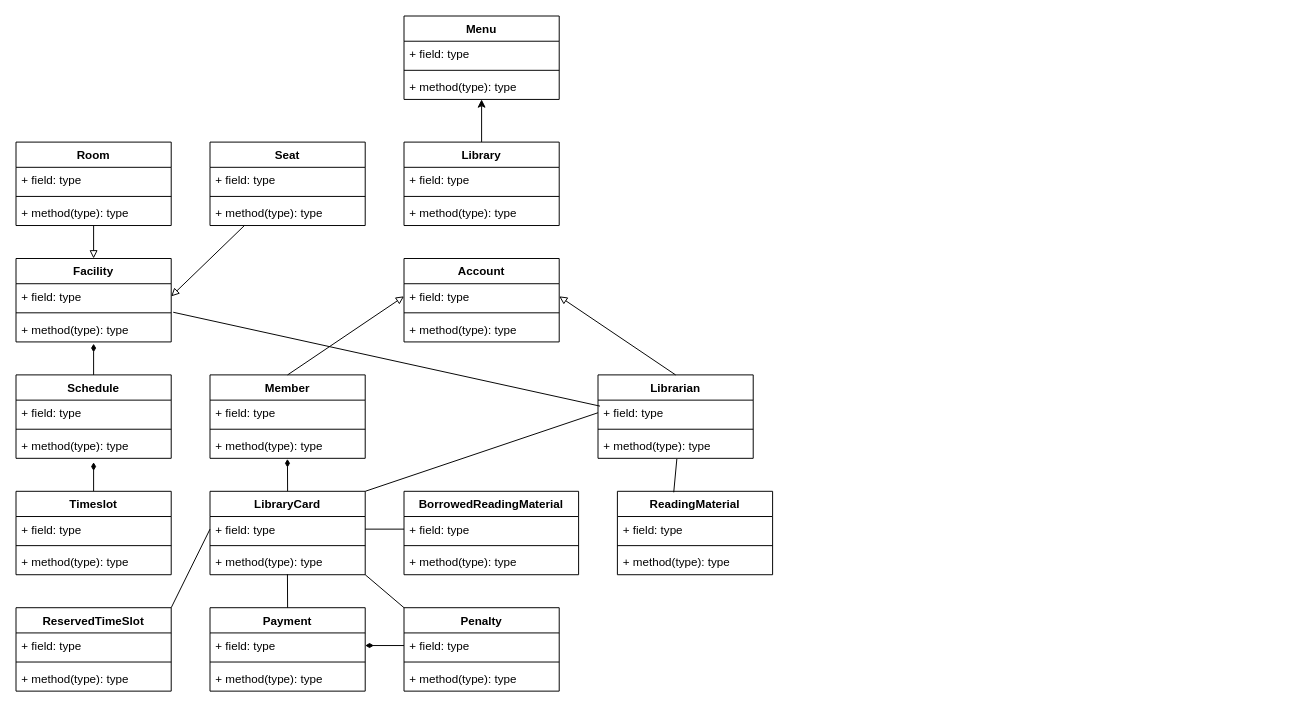
Before: Class Diagram - Library System.drawio in FenrirChiew/HoloLib, a draw.io diagram. Source tidied: cells renumbered, new cells numbered last; positions are measured from the earlier drawing's top-left corner, leaving out a move shared by most shapes. Both pictures are drawn from the tidied source at 97%, with x=0, y=0 at pixel (16, 16).
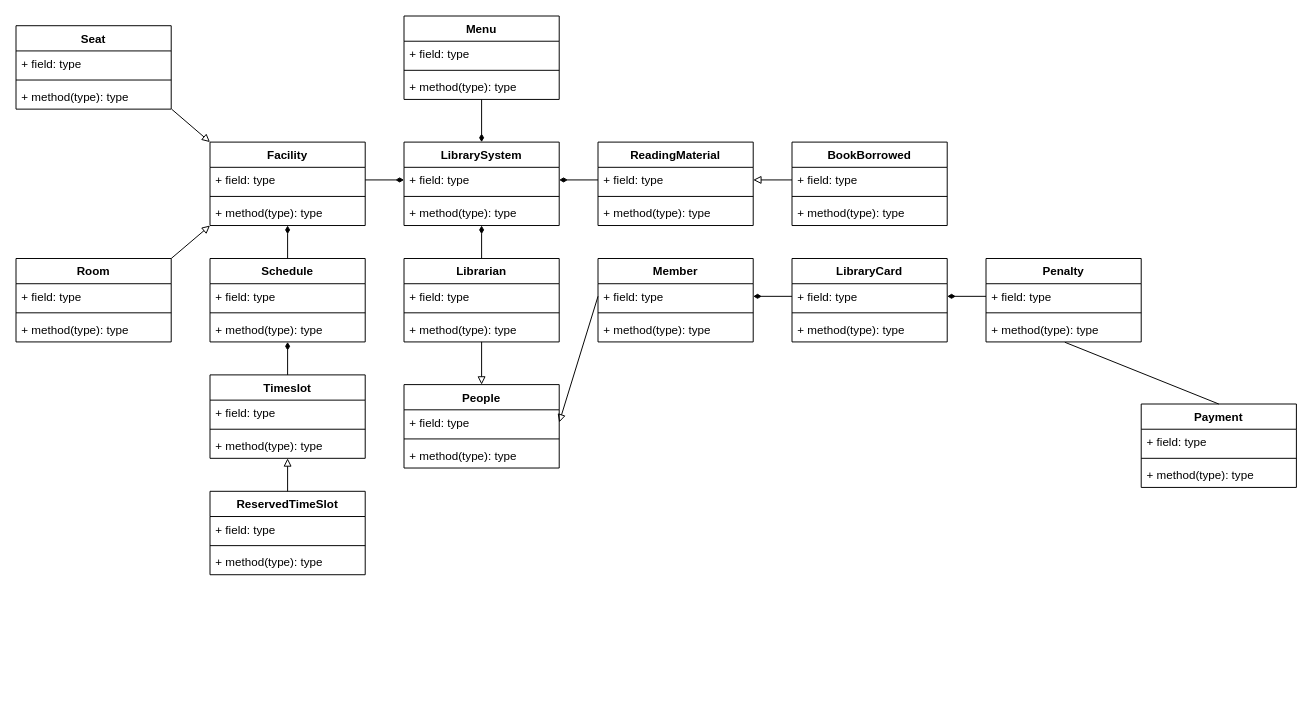
Above is the later version.

Commit message:
Updated Class Diagram (Incompleted)

The change refers to these unchanged cells:
```xml
<mxCell id="11" value="+ method(type): type" style="text;strokeColor=none;fillColor=none;align=left;verticalAlign=top;spacingLeft=4;spacingRight=4;overflow=hidden;points=[[0,0.5],[1,0.5]];portConstraint=eastwest;" parent="8" vertex="1">
  <mxGeometry y="60" width="160" height="26" as="geometry" />
</mxCell>
<mxCell id="13" value="+ field: type" style="text;strokeColor=none;fillColor=none;align=left;verticalAlign=top;spacingLeft=4;spacingRight=4;overflow=hidden;points=[[0,0.5],[1,0.5]];portConstraint=eastwest;" parent="12" vertex="1">
  <mxGeometry y="26" width="160" height="26" as="geometry" />
</mxCell>
<mxCell id="15" value="+ method(type): type" style="text;strokeColor=none;fillColor=none;align=left;verticalAlign=top;spacingLeft=4;spacingRight=4;overflow=hidden;points=[[0,0.5],[1,0.5]];portConstraint=eastwest;" parent="12" vertex="1">
  <mxGeometry y="60" width="160" height="26" as="geometry" />
</mxCell>
<mxCell id="18" value="+ field: type" style="text;strokeColor=none;fillColor=none;align=left;verticalAlign=top;spacingLeft=4;spacingRight=4;overflow=hidden;points=[[0,0.5],[1,0.5]];portConstraint=eastwest;" parent="17" vertex="1">
  <mxGeometry y="26" width="160" height="26" as="geometry" />
</mxCell>
<mxCell id="22" value="+ field: type" style="text;strokeColor=none;fillColor=none;align=left;verticalAlign=top;spacingLeft=4;spacingRight=4;overflow=hidden;points=[[0,0.5],[1,0.5]];portConstraint=eastwest;" parent="21" vertex="1">
  <mxGeometry y="26" width="160" height="26" as="geometry" />
</mxCell>
<mxCell id="26" value="+ field: type" style="text;strokeColor=none;fillColor=none;align=left;verticalAlign=top;spacingLeft=4;spacingRight=4;overflow=hidden;points=[[0,0.5],[1,0.5]];portConstraint=eastwest;" parent="25" vertex="1">
  <mxGeometry y="26" width="160" height="26" as="geometry" />
</mxCell>
<mxCell id="28" value="+ method(type): type" style="text;strokeColor=none;fillColor=none;align=left;verticalAlign=top;spacingLeft=4;spacingRight=4;overflow=hidden;points=[[0,0.5],[1,0.5]];portConstraint=eastwest;" parent="25" vertex="1">
  <mxGeometry y="60" width="160" height="26" as="geometry" />
</mxCell>
<mxCell id="30" value="+ field: type" style="text;strokeColor=none;fillColor=none;align=left;verticalAlign=top;spacingLeft=4;spacingRight=4;overflow=hidden;points=[[0,0.5],[1,0.5]];portConstraint=eastwest;" parent="29" vertex="1">
  <mxGeometry y="26" width="160" height="26" as="geometry" />
</mxCell>
<mxCell id="32" value="+ method(type): type" style="text;strokeColor=none;fillColor=none;align=left;verticalAlign=top;spacingLeft=4;spacingRight=4;overflow=hidden;points=[[0,0.5],[1,0.5]];portConstraint=eastwest;" parent="29" vertex="1">
  <mxGeometry y="60" width="160" height="26" as="geometry" />
</mxCell>
<mxCell id="35" value="+ field: type" style="text;strokeColor=none;fillColor=none;align=left;verticalAlign=top;spacingLeft=4;spacingRight=4;overflow=hidden;points=[[0,0.5],[1,0.5]];portConstraint=eastwest;" parent="34" vertex="1">
  <mxGeometry y="26" width="160" height="26" as="geometry" />
</mxCell>
<mxCell id="37" value="+ method(type): type" style="text;strokeColor=none;fillColor=none;align=left;verticalAlign=top;spacingLeft=4;spacingRight=4;overflow=hidden;points=[[0,0.5],[1,0.5]];portConstraint=eastwest;" parent="34" vertex="1">
  <mxGeometry y="60" width="160" height="26" as="geometry" />
</mxCell>
<mxCell id="49" value="+ field: type" style="text;strokeColor=none;fillColor=none;align=left;verticalAlign=top;spacingLeft=4;spacingRight=4;overflow=hidden;points=[[0,0.5],[1,0.5]];portConstraint=eastwest;" parent="48" vertex="1">
  <mxGeometry y="26" width="160" height="26" as="geometry" />
</mxCell>
<mxCell id="53" value="+ field: type" style="text;strokeColor=none;fillColor=none;align=left;verticalAlign=top;spacingLeft=4;spacingRight=4;overflow=hidden;points=[[0,0.5],[1,0.5]];portConstraint=eastwest;" parent="52" vertex="1">
  <mxGeometry y="26" width="160" height="26" as="geometry" />
</mxCell>
<mxCell id="57" value="+ field: type" style="text;strokeColor=none;fillColor=none;align=left;verticalAlign=top;spacingLeft=4;spacingRight=4;overflow=hidden;points=[[0,0.5],[1,0.5]];portConstraint=eastwest;" parent="56" vertex="1">
  <mxGeometry y="26" width="160" height="26" as="geometry" />
</mxCell>
<mxCell id="59" value="+ method(type): type" style="text;strokeColor=none;fillColor=none;align=left;verticalAlign=top;spacingLeft=4;spacingRight=4;overflow=hidden;points=[[0,0.5],[1,0.5]];portConstraint=eastwest;" parent="56" vertex="1">
  <mxGeometry y="60" width="160" height="26" as="geometry" />
</mxCell>
<mxCell id="64" value="Menu" style="swimlane;fontStyle=1;align=center;verticalAlign=top;horizontal=1;startSize=26;" parent="1" vertex="1">
  <mxGeometry x="400" width="160" height="86" as="geometry" />
</mxCell>
```

What changed in the source:
```diff
@@
-    <mxCell id="2" style="edgeStyle=none;rounded=0;jettySize=auto;html=1;entryX=0.5;entryY=0;entryDx=0;entryDy=0;endArrow=block;endFill=0;" parent="1" edge="1" source="3" target="12">
+    <mxCell id="2" style="edgeStyle=none;rounded=0;jettySize=auto;html=1;endArrow=block;endFill=0;exitX=1;exitY=0;exitDx=0;exitDy=0;entryX=0;entryY=1;entryDx=0;entryDy=0;" parent="1" edge="1" source="3" target="12">
       <mxGeometry relative="1" as="geometry" />
     </mxCell>
     <mxCell id="3" value="Room" style="swimlane;fontStyle=1;align=center;verticalAlign=top;horizontal=1;startSize=26;" parent="1" vertex="1">
-      <mxGeometry y="130" width="160" height="86" as="geometry" />
+      <mxGeometry y="250" width="160" height="86" as="geometry" />
     </mxCell>
@@
-    <mxCell id="7" style="edgeStyle=none;rounded=0;jettySize=auto;html=1;entryX=1;entryY=0.5;entryDx=0;entryDy=0;endArrow=block;endFill=0;" parent="1" edge="1" source="8" target="13">
+    <mxCell id="7" style="edgeStyle=none;rounded=0;jettySize=auto;html=1;entryX=0;entryY=0;entryDx=0;entryDy=0;endArrow=block;endFill=0;exitX=1.003;exitY=1.003;exitDx=0;exitDy=0;exitPerimeter=0;" parent="1" edge="1" source="11" target="12">
       <mxGeometry relative="1" as="geometry" />
     </mxCell>
     <mxCell id="8" value="Seat" style="swimlane;fontStyle=1;align=center;verticalAlign=top;horizontal=1;startSize=26;" parent="1" vertex="1">
-      <mxGeometry x="200" y="130" width="160" height="86" as="geometry" />
+      <mxGeometry y="10" width="160" height="86" as="geometry" />
     </mxCell>
@@
     <mxCell id="12" value="Facility" style="swimlane;fontStyle=1;align=center;verticalAlign=top;horizontal=1;startSize=26;" parent="1" vertex="1">
-      <mxGeometry y="250" width="160" height="86" as="geometry" />
+      <mxGeometry x="200" y="130" width="160" height="86" as="geometry" />
     </mxCell>
@@
-    <mxCell id="16" style="rounded=0;jettySize=auto;html=1;exitX=0.5;exitY=0;exitDx=0;exitDy=0;entryX=0.5;entryY=1;entryDx=0;entryDy=0;" parent="1" edge="1" source="17" target="64">
+    <mxCell id="16" style="rounded=0;jettySize=auto;html=1;exitX=0.5;exitY=0;exitDx=0;exitDy=0;entryX=0.5;entryY=1;entryDx=0;entryDy=0;endArrow=none;endFill=0;startArrow=diamondThin;startFill=1;" parent="1" edge="1" source="17" target="64">
       <mxGeometry relative="1" as="geometry" />
     </mxCell>
-    <mxCell id="17" value="Library" style="swimlane;fontStyle=1;align=center;verticalAlign=top;horizontal=1;startSize=26;" parent="1" vertex="1">
+    <mxCell id="17" value="LibrarySystem" style="swimlane;fontStyle=1;align=center;verticalAlign=top;horizontal=1;startSize=26;" parent="1" vertex="1">
       <mxGeometry x="400" y="130" width="160" height="86" as="geometry" />
     </mxCell>
@@
+    <mxCell id="82" style="edgeStyle=none;rounded=0;jettySize=auto;html=1;startArrow=none;startFill=0;endArrow=diamondThin;endFill=1;exitX=0.5;exitY=0;exitDx=0;exitDy=0;entryX=0.5;entryY=1;entryDx=0;entryDy=0;" parent="1" edge="1" source="25" target="17">
+      <mxGeometry relative="1" as="geometry" />
+    </mxCell>
-    <mxCell id="21" value="Account" style="swimlane;fontStyle=1;align=center;verticalAlign=top;horizontal=1;startSize=26;" parent="1" vertex="1">
-      <mxGeometry x="400" y="250" width="160" height="86" as="geometry" />
+    <mxCell id="21" value="People" style="swimlane;fontStyle=1;align=center;verticalAlign=top;horizontal=1;startSize=26;" parent="1" vertex="1">
+      <mxGeometry x="400" y="380" width="160" height="86" as="geometry" />
     </mxCell>
@@
     <mxCell id="25" value="Librarian" style="swimlane;fontStyle=1;align=center;verticalAlign=top;horizontal=1;startSize=26;" parent="1" vertex="1">
-      <mxGeometry x="600" y="370" width="160" height="86" as="geometry" />
+      <mxGeometry x="400" y="250" width="160" height="86" as="geometry" />
     </mxCell>
@@
     <mxCell id="29" value="Member" style="swimlane;fontStyle=1;align=center;verticalAlign=top;horizontal=1;startSize=26;" parent="1" vertex="1">
-      <mxGeometry x="200" y="370" width="160" height="86" as="geometry" />
+      <mxGeometry x="600" y="250" width="160" height="86" as="geometry" />
     </mxCell>
@@
-    <mxCell id="33" style="edgeStyle=orthogonalEdgeStyle;rounded=0;jettySize=auto;html=1;exitX=0.5;exitY=0;exitDx=0;exitDy=0;endArrow=diamondThin;endFill=1;entryX=0.499;entryY=1.024;entryDx=0;entryDy=0;entryPerimeter=0;" parent="1" edge="1" source="34" target="32">
+    <mxCell id="33" style="rounded=0;jettySize=auto;html=1;exitX=0;exitY=0.5;exitDx=0;exitDy=0;endArrow=diamondThin;endFill=1;entryX=1;entryY=0.5;entryDx=0;entryDy=0;" parent="1" edge="1" source="35" target="30">
       <mxGeometry relative="1" as="geometry" />
     </mxCell>
     <mxCell id="34" value="LibraryCard" style="swimlane;fontStyle=1;align=center;verticalAlign=top;horizontal=1;startSize=26;" parent="1" vertex="1">
-      <mxGeometry x="200" y="490" width="160" height="86" as="geometry" />
+      <mxGeometry x="800" y="250" width="160" height="86" as="geometry" />
     </mxCell>
@@
-    <mxCell id="38" style="edgeStyle=none;rounded=0;jettySize=auto;html=1;exitX=0.5;exitY=0;exitDx=0;exitDy=0;entryX=0.5;entryY=1.071;entryDx=0;entryDy=0;entryPerimeter=0;endArrow=diamondThin;endFill=1;" parent="1" edge="1" source="39" target="15">
+    <mxCell id="38" style="edgeStyle=none;rounded=0;jettySize=auto;html=1;endArrow=diamondThin;endFill=1;entryX=0.5;entryY=1;entryDx=0;entryDy=0;exitX=0.5;exitY=0;exitDx=0;exitDy=0;" parent="1" edge="1" source="39" target="12">
       <mxGeometry relative="1" as="geometry" />
     </mxCell>
     <mxCell id="39" value="Schedule" style="swimlane;fontStyle=1;align=center;verticalAlign=top;horizontal=1;startSize=26;" parent="1" vertex="1">
-      <mxGeometry y="370" width="160" height="86" as="geometry" />
+      <mxGeometry x="200" y="250" width="160" height="86" as="geometry" />
     </mxCell>
@@
-    <mxCell id="43" style="edgeStyle=none;rounded=0;jettySize=auto;html=1;endArrow=diamondThin;endFill=1;" parent="1" edge="1" source="44">
-      <mxGeometry relative="1" as="geometry">
-        <mxPoint x="80" y="460" as="targetPoint" />
-      </mxGeometry>
+    <mxCell id="43" style="edgeStyle=none;rounded=0;jettySize=auto;html=1;endArrow=diamondThin;endFill=1;entryX=0.5;entryY=1;entryDx=0;entryDy=0;" parent="1" edge="1" source="44" target="39">
+      <mxGeometry relative="1" as="geometry" />
     </mxCell>
     <mxCell id="44" value="Timeslot" style="swimlane;fontStyle=1;align=center;verticalAlign=top;horizontal=1;startSize=26;" parent="1" vertex="1">
-      <mxGeometry y="490" width="160" height="86" as="geometry" />
+      <mxGeometry x="200" y="370" width="160" height="86" as="geometry" />
     </mxCell>
@@
     <mxCell id="48" value="ReadingMaterial" style="swimlane;fontStyle=1;align=center;verticalAlign=top;horizontal=1;startSize=26;" parent="1" vertex="1">
-      <mxGeometry x="620" y="490" width="160" height="86" as="geometry" />
+      <mxGeometry x="600" y="130" width="160" height="86" as="geometry" />
     </mxCell>
@@
     <mxCell id="52" value="Payment" style="swimlane;fontStyle=1;align=center;verticalAlign=top;horizontal=1;startSize=26;" parent="1" vertex="1">
-      <mxGeometry x="200" y="610" width="160" height="86" as="geometry" />
+      <mxGeometry x="1160" y="400" width="160" height="86" as="geometry" />
     </mxCell>
@@
     <mxCell id="56" value="Penalty" style="swimlane;fontStyle=1;align=center;verticalAlign=top;horizontal=1;startSize=26;" parent="1" vertex="1">
-      <mxGeometry x="400" y="610" width="160" height="86" as="geometry" />
+      <mxGeometry x="1000" y="250" width="160" height="86" as="geometry" />
     </mxCell>
@@
     <mxCell id="60" value="ReservedTimeSlot" style="swimlane;fontStyle=1;align=center;verticalAlign=top;horizontal=1;startSize=26;" parent="1" vertex="1">
-      <mxGeometry y="610" width="160" height="86" as="geometry" />
+      <mxGeometry x="200" y="490" width="160" height="86" as="geometry" />
     </mxCell>
@@
-    <mxCell id="68" style="rounded=0;jettySize=auto;html=1;entryX=0.5;entryY=0;entryDx=0;entryDy=0;exitX=1;exitY=0.5;exitDx=0;exitDy=0;endArrow=none;endFill=0;startArrow=block;startFill=0;" parent="1" edge="1" source="22" target="25">
+    <mxCell id="68" style="rounded=0;jettySize=auto;html=1;endArrow=none;endFill=0;startArrow=block;startFill=0;exitX=0.5;exitY=0;exitDx=0;exitDy=0;entryX=0.5;entryY=1;entryDx=0;entryDy=0;" parent="1" edge="1" source="21" target="25">
       <mxGeometry relative="1" as="geometry" />
     </mxCell>
-    <mxCell id="69" style="endArrow=block;html=1;entryX=0;entryY=0.5;entryDx=0;entryDy=0;exitX=0.5;exitY=0;exitDx=0;exitDy=0;startArrow=none;startFill=0;endFill=0;" parent="1" edge="1" source="29" target="22">
+    <mxCell id="69" style="endArrow=block;html=1;exitX=0;exitY=0.5;exitDx=0;exitDy=0;startArrow=none;startFill=0;endFill=0;entryX=1;entryY=0.5;entryDx=0;entryDy=0;" parent="1" edge="1" source="30" target="22">
       <mxGeometry relative="1" as="geometry" />
     </mxCell>
-    <mxCell id="70" value="BorrowedReadingMaterial" style="swimlane;fontStyle=1;align=center;verticalAlign=top;horizontal=1;startSize=26;" parent="1" vertex="1">
-      <mxGeometry x="400" y="490" width="180" height="86" as="geometry" />
+    <mxCell id="70" value="BookBorrowed" style="swimlane;fontStyle=1;align=center;verticalAlign=top;horizontal=1;startSize=26;" parent="1" vertex="1">
+      <mxGeometry x="800" y="130" width="160" height="86" as="geometry" />
     </mxCell>
     <mxCell id="71" value="+ field: type" style="text;strokeColor=none;fillColor=none;align=left;verticalAlign=top;spacingLeft=4;spacingRight=4;overflow=hidden;points=[[0,0.5],[1,0.5]];portConstraint=eastwest;" parent="70" vertex="1">
-      <mxGeometry y="26" width="180" height="26" as="geometry" />
+      <mxGeometry y="26" width="160" height="26" as="geometry" />
     </mxCell>
     <mxCell id="72" style="line;strokeWidth=1;fillColor=none;align=left;verticalAlign=middle;spacingTop=-1;spacingLeft=3;spacingRight=3;labelPosition=right;" parent="70" vertex="1">
-      <mxGeometry y="52" width="180" height="8" as="geometry" />
+      <mxGeometry y="52" width="160" height="8" as="geometry" />
     </mxCell>
     <mxCell id="73" value="+ method(type): type" style="text;strokeColor=none;fillColor=none;align=left;verticalAlign=top;spacingLeft=4;spacingRight=4;overflow=hidden;" parent="70" vertex="1">
-      <mxGeometry y="60" width="180" height="26" as="geometry" />
+      <mxGeometry y="60" width="160" height="26" as="geometry" />
     </mxCell>
-    <mxCell id="74" style="edgeStyle=orthogonalEdgeStyle;rounded=0;jettySize=auto;html=1;exitX=1;exitY=0.5;exitDx=0;exitDy=0;entryX=0;entryY=0.5;entryDx=0;entryDy=0;endArrow=none;endFill=0;" parent="1" edge="1" source="35" target="71">
-      <mxGeometry relative="1" as="geometry" />
-    </mxCell>
-    <mxCell id="75" style="endArrow=none;html=1;exitX=0;exitY=0;exitDx=0;exitDy=0;entryX=1;entryY=1;entryDx=0;entryDy=0;" parent="1" edge="1" source="56" target="34">
-      <mxGeometry relative="1" as="geometry" />
-    </mxCell>
-    <mxCell id="76" style="endArrow=none;html=1;entryX=0.499;entryY=0.981;entryDx=0;entryDy=0;entryPerimeter=0;exitX=0.5;exitY=0;exitDx=0;exitDy=0;" parent="1" edge="1" source="52" target="37">
+    <mxCell id="76" style="endArrow=none;html=1;entryX=0.508;entryY=1.013;entryDx=0;entryDy=0;entryPerimeter=0;exitX=0.5;exitY=0;exitDx=0;exitDy=0;" parent="1" edge="1" source="52" target="59">
       <mxGeometry relative="1" as="geometry" />
     </mxCell>
-    <mxCell id="77" style="edgeStyle=none;rounded=0;jettySize=auto;html=1;entryX=1;entryY=0.5;entryDx=0;entryDy=0;endArrow=diamondThin;endFill=1;" parent="1" edge="1" source="57" target="53">
+    <mxCell id="77" style="edgeStyle=none;rounded=0;jettySize=auto;html=1;endArrow=diamondThin;endFill=1;entryX=1;entryY=0.5;entryDx=0;entryDy=0;exitX=0;exitY=0.5;exitDx=0;exitDy=0;" parent="1" edge="1" source="57" target="35">
       <mxGeometry relative="1" as="geometry" />
     </mxCell>
-    <mxCell id="78" style="edgeStyle=none;rounded=0;jettySize=auto;html=1;exitX=0;exitY=0.5;exitDx=0;exitDy=0;endArrow=none;endFill=0;entryX=1;entryY=0;entryDx=0;entryDy=0;" parent="1" edge="1" source="35" target="60">
-      <mxGeometry relative="1" as="geometry" />
-    </mxCell>
-    <mxCell id="79" style="endArrow=none;html=1;exitX=1;exitY=0;exitDx=0;exitDy=0;entryX=0;entryY=0.5;entryDx=0;entryDy=0;" parent="1" edge="1" source="34" target="26">
-      <mxGeometry relative="1" as="geometry" />
-    </mxCell>
-    <mxCell id="80" style="endArrow=none;html=1;exitX=0.508;exitY=1.023;exitDx=0;exitDy=0;exitPerimeter=0;entryX=0.363;entryY=0.012;entryDx=0;entryDy=0;entryPerimeter=0;" parent="1" edge="1" source="28" target="48">
-      <mxGeometry relative="1" as="geometry" />
-    </mxCell>
-    <mxCell id="81" style="endArrow=none;html=1;exitX=1.013;exitY=1.131;exitDx=0;exitDy=0;exitPerimeter=0;entryX=0.013;entryY=0.238;entryDx=0;entryDy=0;entryPerimeter=0;" parent="1" edge="1" source="13" target="26">
-      <mxGeometry relative="1" as="geometry" />
-    </mxCell>
+    <mxCell id="83" style="endArrow=block;html=1;exitX=0;exitY=0.5;exitDx=0;exitDy=0;startArrow=none;startFill=0;endFill=0;entryX=1;entryY=0.5;entryDx=0;entryDy=0;" parent="1" edge="1" source="71" target="49">
+      <mxGeometry relative="1" as="geometry" />
+    </mxCell>
+    <mxCell id="84" style="endArrow=block;html=1;exitX=0.5;exitY=0;exitDx=0;exitDy=0;startArrow=none;startFill=0;endFill=0;entryX=0.5;entryY=1;entryDx=0;entryDy=0;" parent="1" edge="1" source="60" target="44">
+      <mxGeometry relative="1" as="geometry" />
+    </mxCell>
+    <mxCell id="85" style="endArrow=diamondThin;html=1;exitX=0;exitY=0.5;exitDx=0;exitDy=0;startArrow=none;startFill=0;endFill=1;entryX=1;entryY=0.5;entryDx=0;entryDy=0;" parent="1" edge="1" source="49" target="18">
+      <mxGeometry relative="1" as="geometry" />
+    </mxCell>
+    <mxCell id="86" style="endArrow=diamondThin;html=1;exitX=1;exitY=0.5;exitDx=0;exitDy=0;startArrow=none;startFill=0;endFill=1;entryX=0;entryY=0.5;entryDx=0;entryDy=0;" parent="1" edge="1" source="13" target="18">
+      <mxGeometry relative="1" as="geometry" />
+    </mxCell>
```
